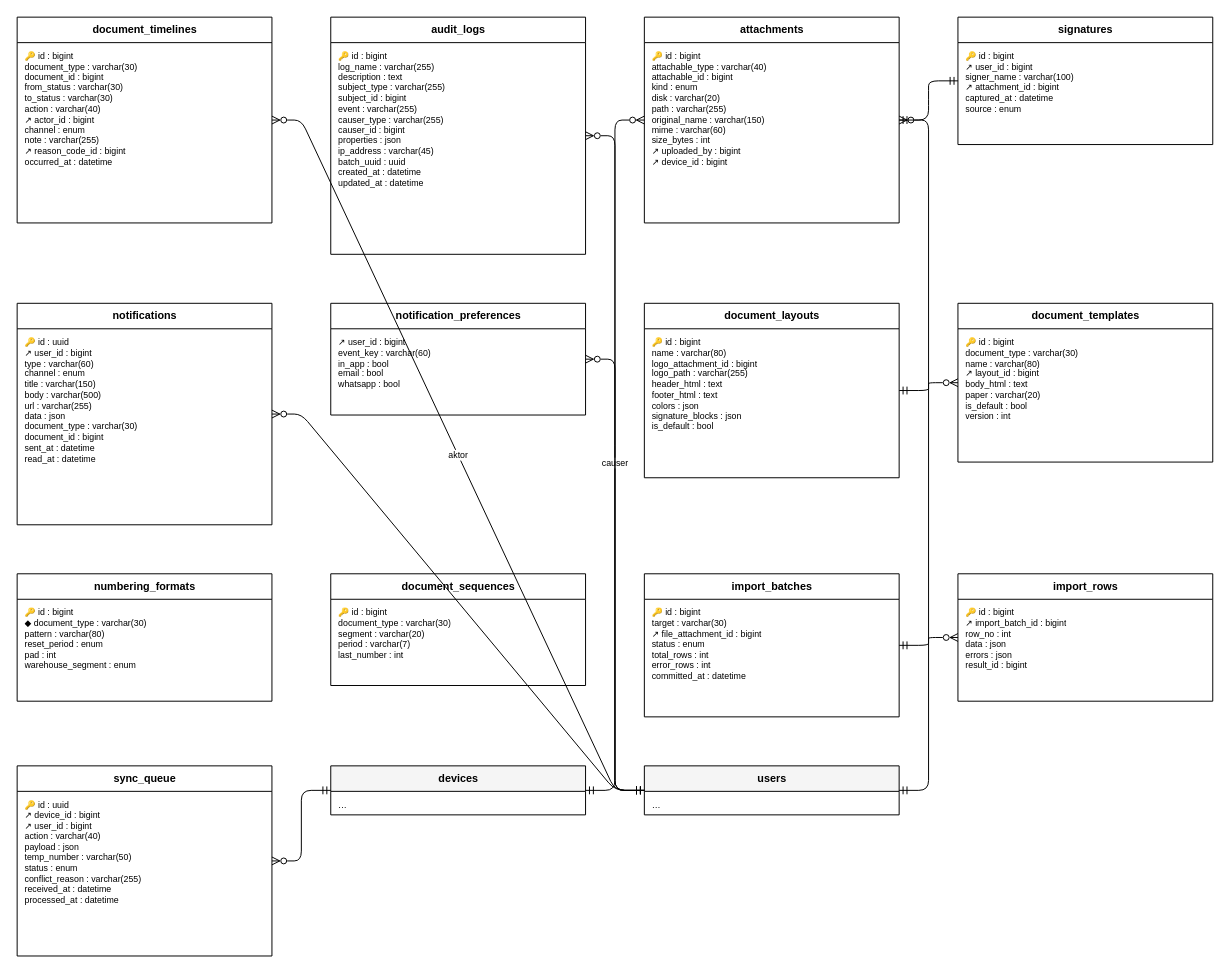
The draw.io diagram docs/diagram/erd-umum.drawio in HengkyDarmawan/wms, before the edit. Source tidied: cells renumbered, new cells numbered last; positions are measured from the earlier drawing's top-left corner, leaving out a move shared by most shapes. Both pictures are drawn from the tidied source at 98%, with x=0, y=0 at pixel (17, 17).
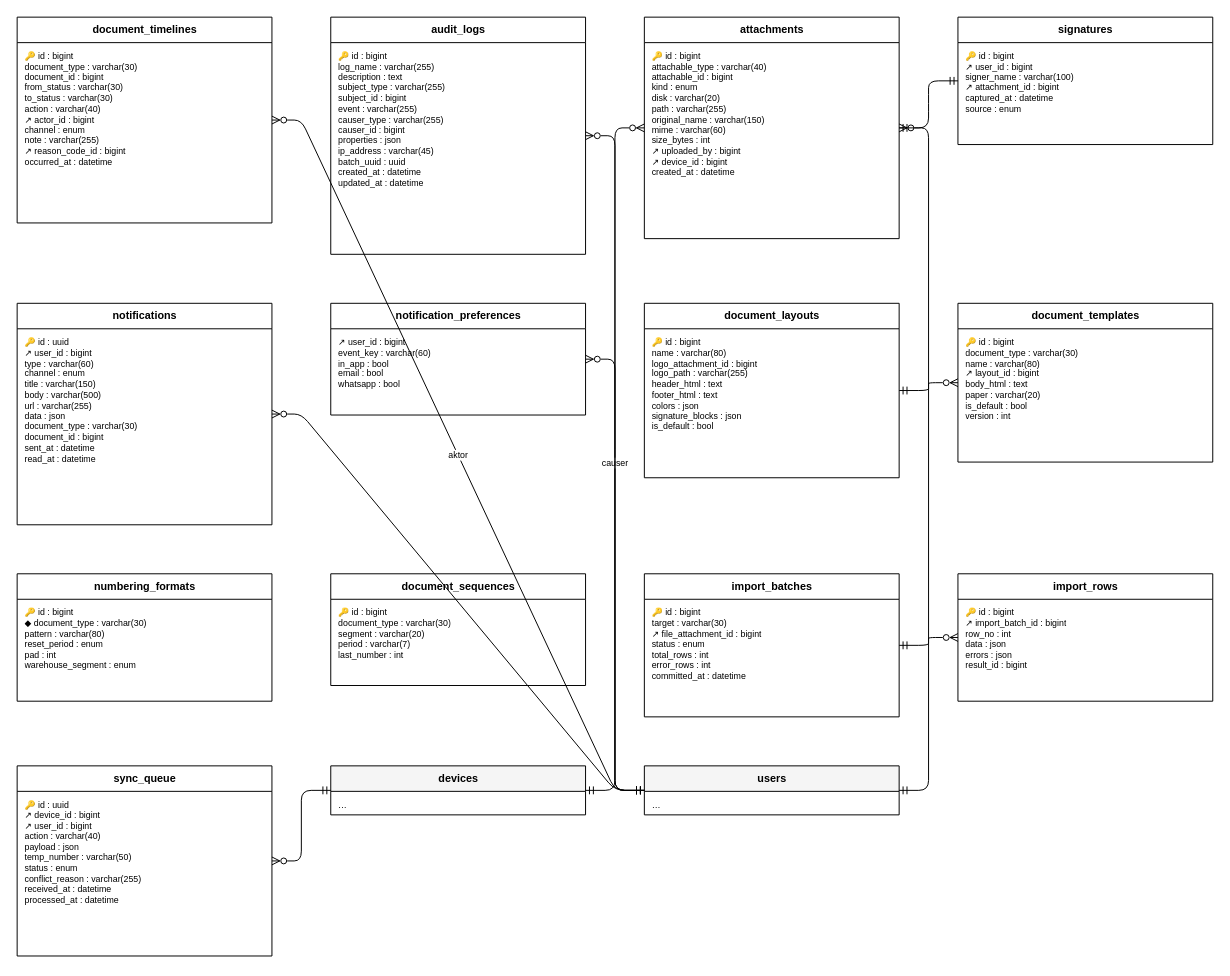
The same page after the edit.

The edit, as a diff of the source:
```diff
@@
     <mxCell id="6" value="attachments" style="swimlane;fontStyle=1;horizontal=1;startSize=26;html=1;fontSize=11;fillColor=#FFFFFF;" parent="1" vertex="1">
-      <mxGeometry x="640" width="260" height="210" as="geometry" />
+      <mxGeometry x="640" width="260" height="226" as="geometry" />
     </mxCell>
-    <mxCell id="7" value="🔑 id : bigint&lt;br&gt;attachable_type : varchar(40)&lt;br&gt;attachable_id : bigint&lt;br&gt;kind : enum&lt;br&gt;disk : varchar(20)&lt;br&gt;path : varchar(255)&lt;br&gt;original_name : varchar(150)&lt;br&gt;mime : varchar(60)&lt;br&gt;size_bytes : int&lt;br&gt;↗ uploaded_by : bigint&lt;br&gt;↗ device_id : bigint" style="text;html=1;strokeColor=none;fillColor=none;align=left;verticalAlign=top;spacingLeft=6;spacingTop=2;fontSize=9;whiteSpace=wrap;overflow=hidden;" parent="6" vertex="1">
-      <mxGeometry y="26" width="260" height="184" as="geometry" />
+    <mxCell id="7" value="🔑 id : bigint&lt;br&gt;attachable_type : varchar(40)&lt;br&gt;attachable_id : bigint&lt;br&gt;kind : enum&lt;br&gt;disk : varchar(20)&lt;br&gt;path : varchar(255)&lt;br&gt;original_name : varchar(150)&lt;br&gt;mime : varchar(60)&lt;br&gt;size_bytes : int&lt;br&gt;↗ uploaded_by : bigint&lt;br&gt;↗ device_id : bigint&lt;br&gt;created_at : datetime" style="text;html=1;strokeColor=none;fillColor=none;align=left;verticalAlign=top;spacingLeft=6;spacingTop=2;fontSize=9;whiteSpace=wrap;overflow=hidden;" parent="6" vertex="1">
+      <mxGeometry y="26" width="260" height="200" as="geometry" />
     </mxCell>
```
